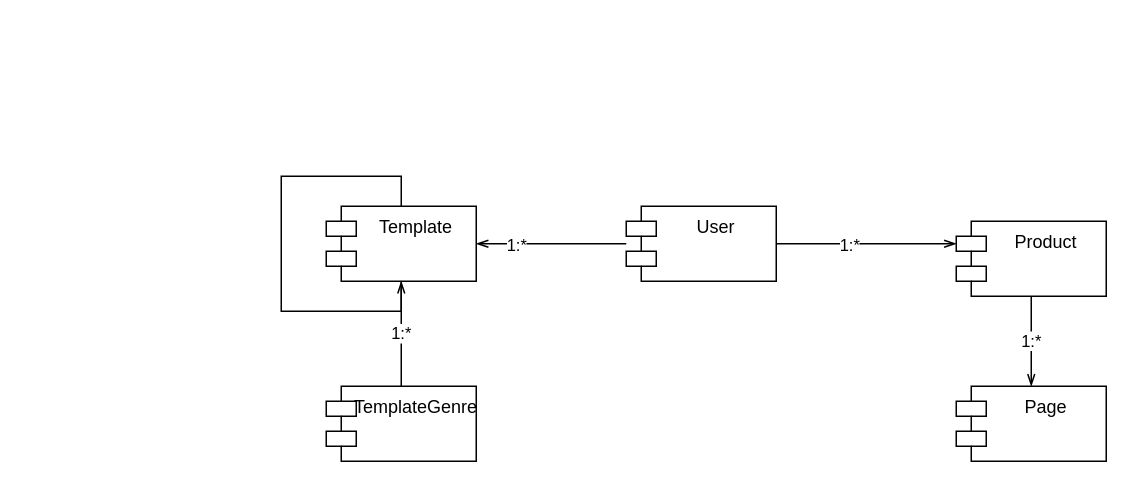
Above: page "领域模型" (1 of 2) of architect/lowcode.drawio in 643364103/design (draw.io), before the change. Source tidied: cells renumbered, new cells numbered last; positions are measured from the earlier drawing's top-left corner, leaving out a move shared by most shapes. Both pictures are drawn from the tidied source at 150%, with x=0, y=0 at pixel (280, 176).
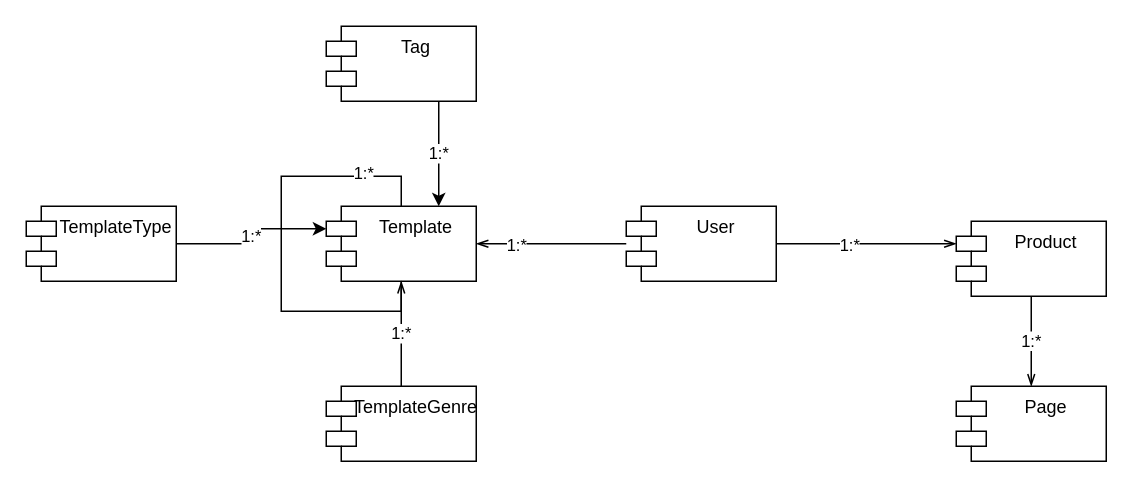
After the change.

The change refers to these unchanged cells:
```xml
<mxCell id="10" style="edgeStyle=orthogonalEdgeStyle;rounded=0;orthogonalLoop=1;jettySize=auto;html=1;entryX=0.5;entryY=0;entryDx=0;entryDy=0;" parent="1" edge="1" source="11" target="11">
  <mxGeometry relative="1" as="geometry">
    <Array as="points">
      <mxPoint x="80" />
      <mxPoint />
      <mxPoint y="90" />
      <mxPoint x="80" y="90" />
    </Array>
  </mxGeometry>
</mxCell>
<mxCell id="11" value="Template" style="shape=module;align=left;spacingLeft=20;align=center;verticalAlign=top;" parent="1" vertex="1">
  <mxGeometry x="30" y="20" width="100" height="50" as="geometry" />
</mxCell>
```

Change to the diagram source:
```diff
@@
+    <mxCell id="14" value="1:*" style="edgeLabel;html=1;align=center;verticalAlign=middle;" parent="10" vertex="1">
+      <mxGeometry x="-0.73" y="-3" relative="1" as="geometry" />
+    </mxCell>
@@
+    <mxCell id="15" value="1:*" style="edgeStyle=orthogonalEdgeStyle;rounded=0;jettySize=auto;html=1;exitX=0.75;exitY=1;exitDx=0;exitDy=0;entryX=0.75;entryY=0;entryDx=0;entryDy=0;" parent="1" edge="1" source="16" target="11">
+      <mxGeometry relative="1" as="geometry" />
+    </mxCell>
+    <mxCell id="16" value="Tag" style="shape=module;align=left;spacingLeft=20;align=center;verticalAlign=top;" parent="1" vertex="1">
+      <mxGeometry x="30" y="-100" width="100" height="50" as="geometry" />
+    </mxCell>
+    <mxCell id="17" style="edgeStyle=orthogonalEdgeStyle;rounded=0;jettySize=auto;html=1;entryX=0;entryY=0;entryDx=0;entryDy=15;entryPerimeter=0;" parent="1" edge="1" source="19" target="11">
+      <mxGeometry relative="1" as="geometry" />
+    </mxCell>
+    <mxCell id="18" value="1:*" style="edgeLabel;html=1;align=center;verticalAlign=middle;" parent="17" vertex="1">
+      <mxGeometry x="0.02" y="1" relative="1" as="geometry" />
+    </mxCell>
+    <mxCell id="19" value="TemplateType" style="shape=module;align=left;spacingLeft=20;align=center;verticalAlign=top;" parent="1" vertex="1">
+      <mxGeometry x="-170" y="20" width="100" height="50" as="geometry" />
+    </mxCell>
```
